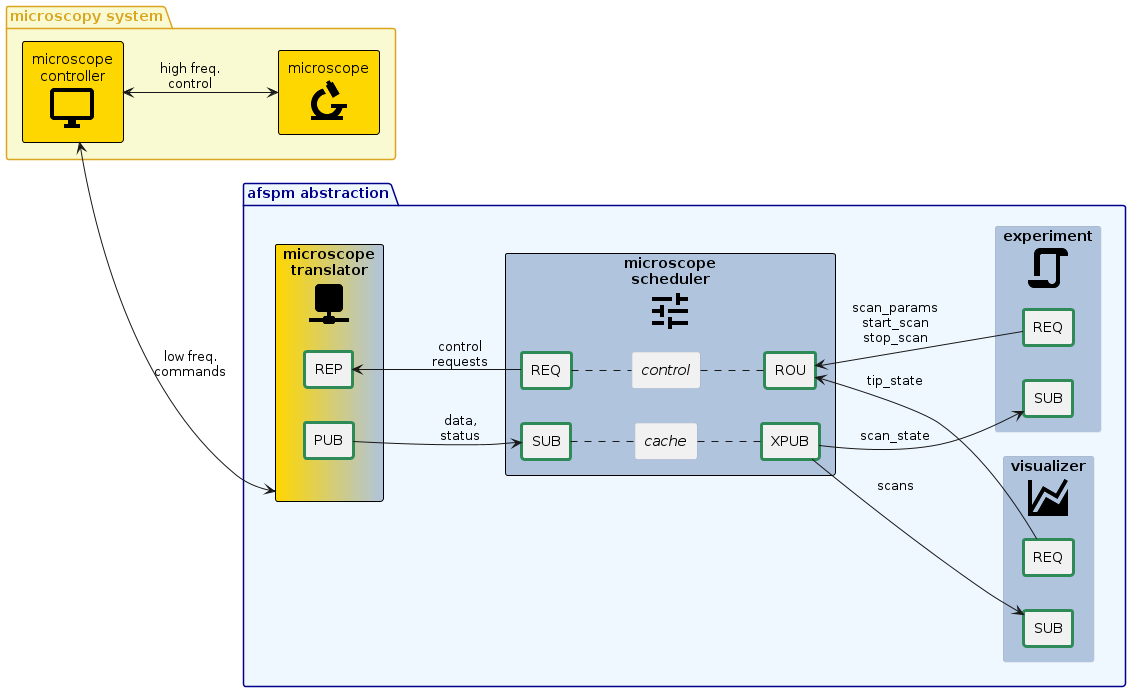
nsulmol/afspm keeps this PlantUML diagram as docs/images/afspm_control.png. Above is the earlier version.
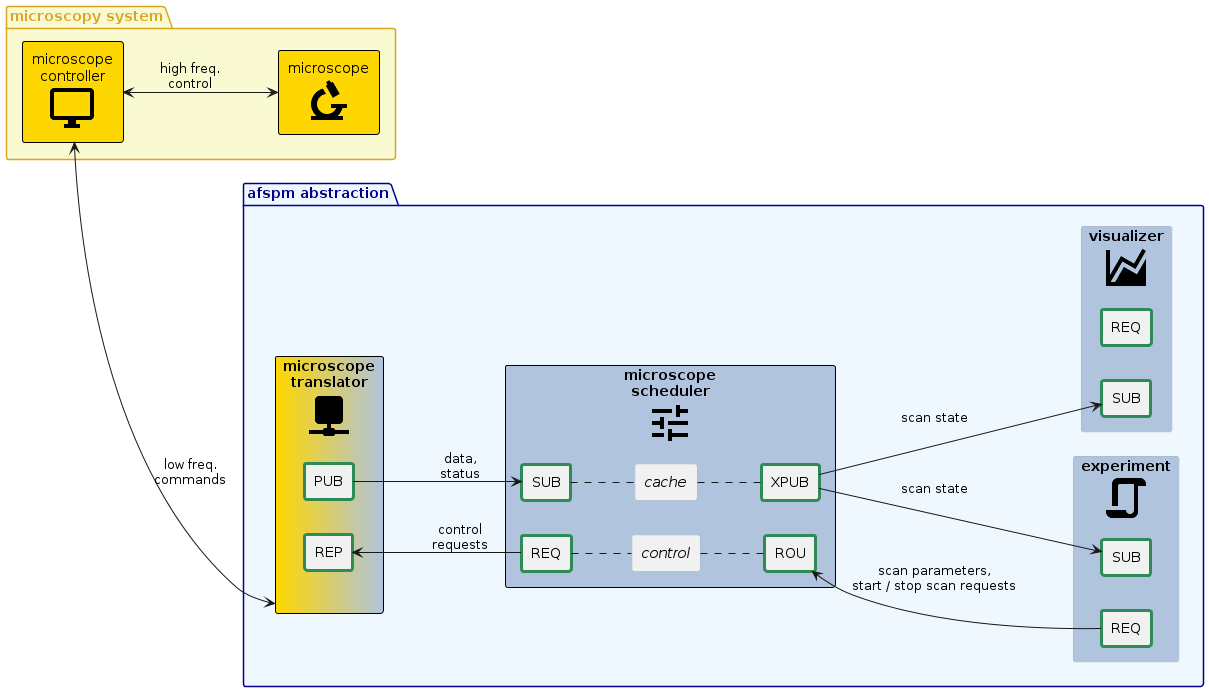
The same file after the commit.

Change to the diagram source:
```diff
@@ -10,48 +10,44 @@
 
 package "afspm abstraction" <<groupinternal>> {
   component "microscope\ntranslator\n<$ma_network>" <<interface>> <<required>> as devcon {
+    component REP <<socket>> as dc_rep
     component PUB <<socket>> as dc_pub
-    component REP <<socket>> as dc_rep
   }
 
 
-  component "microscope\nscheduler\n<$ma_tune>" <<internal>> <<required>> as afspm_con {
-    component SUB <<socket>> as afspm_sub
-    component XPUB <<socket>> as afspm_pub
-    component "//cache//" as afspm_cache
-    afspm_sub .. afspm_cache
-    afspm_cache .. afspm_pub
+  component "microscope\nscheduler\n<$ma_tune>" <<internal>> <<required>> as scheduler {
+    component XPUB <<socket>> as scheduler_pub
+    component SUB <<socket>> as scheduler_sub
+    component "//cache//" as scheduler_cache
+    scheduler_sub .. scheduler_cache
+    scheduler_cache .. scheduler_pub
 
-    component REQ <<socket>> as afspm_req
-    component ROU <<socket>> as afspm_rou
-    component "//control//" as afspm_ctrl
-    afspm_req .. afspm_ctrl
-    afspm_ctrl .. afspm_rou
+    component ROU <<socket>> as scheduler_rou
+    component REQ <<socket>> as scheduler_req
+    component "//control//" as scheduler_ctrl
+    scheduler_req .. scheduler_ctrl
+    scheduler_ctrl .. scheduler_rou
   }
 
-  dc_pub -d-> afspm_sub: data, \nstatus
-  dc_rep <-d- afspm_req: control\nrequests
+  dc_pub -d-> scheduler_sub: data, \nstatus
+  dc_rep <-d- scheduler_req: control\nrequests
 
 
   component "experiment\n<$ma_script>" <<internal>> as exp {
+    component REQ <<socket>> as exp_req
     component SUB <<socket>> as exp_sub
-    component REQ <<socket>> as exp_req
   }
 
-  afspm_pub --> exp_sub: scan_state
-  afspm_rou <-- exp_req: scan_params\nstart_scan\nstop_scan
+  scheduler_rou <-- exp_req: "scan parameters,\nstart / stop scan requests"
+  scheduler_pub --> exp_sub: scan state
 
   component "visualizer\n<$ma_chart_areaspline>" <<internal>> as viz {
+    component REQ <<socket>> as viz_req
     component SUB <<socket>> as viz_sub
-    component REQ <<socket>> as viz_req
   }
 
-  afspm_pub --> viz_sub: scans
-  afspm_rou <-r- viz_req: tip_state
+  scheduler_pub --> viz_sub: scan state
 }
 
 spmcon <--> devcon: low freq. \ncommands
-
-
-
 @enduml
```
